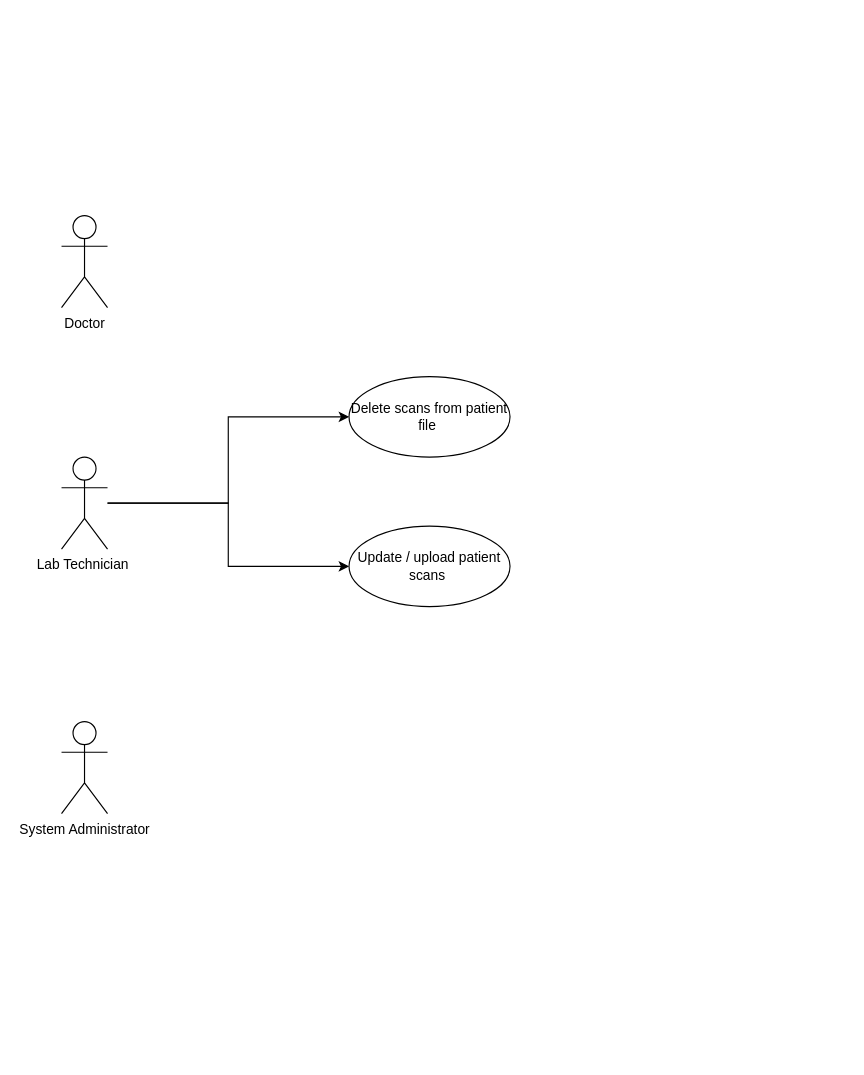
Above: ArchitectureTaskDiagram/usecase-1.drawio in bsuman/jobrelatred (draw.io), before the change. Source tidied: cells renumbered, new cells numbered last; positions are measured from the earlier drawing's top-left corner, leaving out a move shared by most shapes. Both pictures are drawn from the tidied source at 115%, with x=0, y=0 at pixel (61, 215).
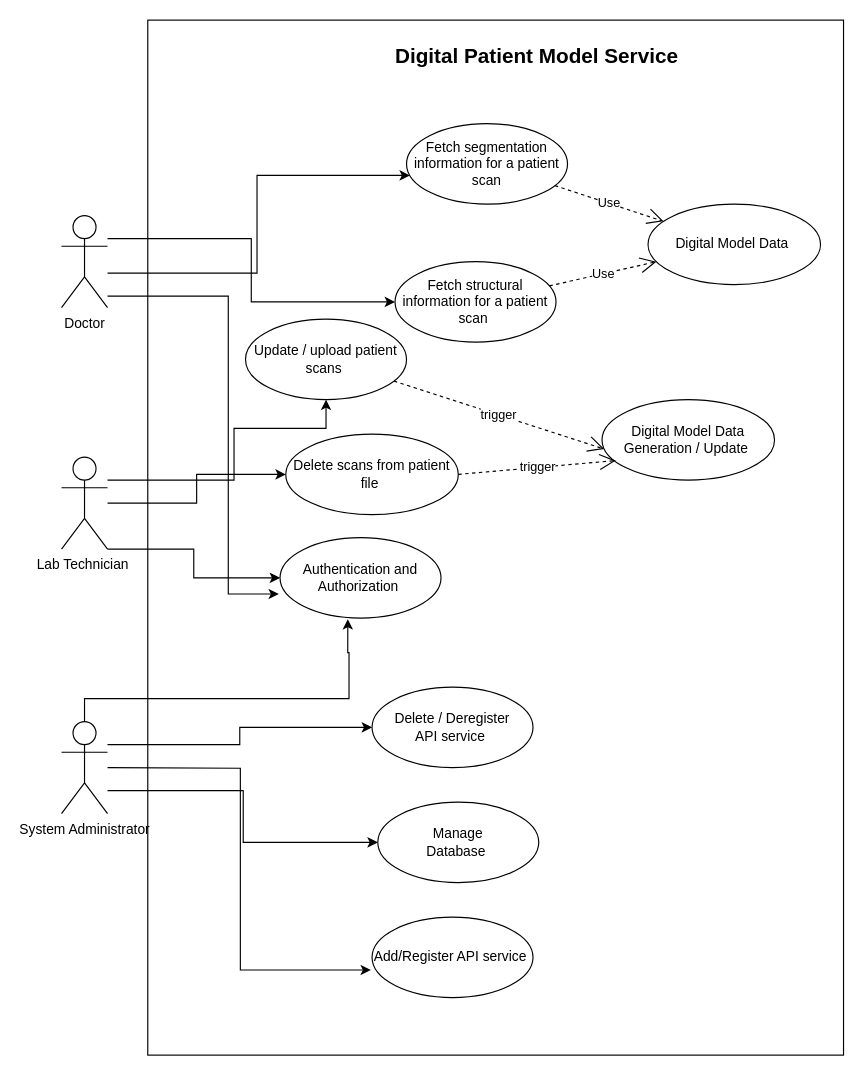
The same diagram, later.

Unchanged cells that the change refers to:
```xml
<mxCell id="2" value="Doctor" style="shape=umlActor;verticalLabelPosition=bottom;verticalAlign=top;html=1;" parent="1" vertex="1">
  <mxGeometry width="40" height="80" as="geometry" />
</mxCell>
<mxCell id="5" value="Lab Technician&amp;nbsp;" style="shape=umlActor;verticalLabelPosition=bottom;verticalAlign=top;html=1;" parent="1" vertex="1">
  <mxGeometry y="210" width="40" height="80" as="geometry" />
</mxCell>
<mxCell id="6" value="System Administrator" style="shape=umlActor;verticalLabelPosition=bottom;verticalAlign=top;html=1;" parent="1" vertex="1">
  <mxGeometry y="440" width="40" height="80" as="geometry" />
</mxCell>
```

Diff of the diagram source:
```diff
@@
+    <mxCell id="9" style="rounded=0;whiteSpace=wrap;html=1;" parent="1" vertex="1">
+      <mxGeometry x="75" y="-170" width="605" height="900" as="geometry" />
+    </mxCell>
+    <mxCell id="10" style="edgeStyle=orthogonalEdgeStyle;rounded=0;jettySize=auto;html=1;" parent="1" edge="1" source="2" target="19">
+      <mxGeometry relative="1" as="geometry">
+        <Array as="points">
+          <mxPoint x="170" y="50" />
+          <mxPoint x="170" y="-35" />
+        </Array>
+      </mxGeometry>
+    </mxCell>
+    <mxCell id="11" style="edgeStyle=orthogonalEdgeStyle;rounded=0;jettySize=auto;html=1;entryX=0;entryY=0.5;entryDx=0;entryDy=0;" parent="1" edge="1" source="2" target="18">
+      <mxGeometry relative="1" as="geometry">
+        <Array as="points">
+          <mxPoint x="165" y="20" />
+          <mxPoint x="165" y="75" />
+        </Array>
+      </mxGeometry>
+    </mxCell>
+    <mxCell id="12" style="edgeStyle=orthogonalEdgeStyle;rounded=0;jettySize=auto;html=1;entryX=-0.007;entryY=0.7;entryDx=0;entryDy=0;entryPerimeter=0;" parent="1" edge="1" source="2" target="23">
+      <mxGeometry relative="1" as="geometry">
+        <Array as="points">
+          <mxPoint x="145" y="70" />
+          <mxPoint x="145" y="329" />
+        </Array>
+      </mxGeometry>
+    </mxCell>
@@
     <mxCell id="4" style="edgeStyle=orthogonalEdgeStyle;rounded=0;jettySize=auto;html=1;" parent="1" edge="1" source="5" target="7">
-      <mxGeometry relative="1" as="geometry" />
+      <mxGeometry relative="1" as="geometry">
+        <Array as="points">
+          <mxPoint x="150" y="230" />
+          <mxPoint x="150" y="185" />
+        </Array>
+      </mxGeometry>
     </mxCell>
+    <mxCell id="13" style="edgeStyle=orthogonalEdgeStyle;rounded=0;jettySize=auto;html=1;" parent="1" edge="1" source="5" target="23">
+      <mxGeometry relative="1" as="geometry">
+        <Array as="points">
+          <mxPoint x="115" y="290" />
+          <mxPoint x="115" y="315" />
+        </Array>
+      </mxGeometry>
+    </mxCell>
@@
+    <mxCell id="14" style="edgeStyle=orthogonalEdgeStyle;rounded=0;jettySize=auto;html=1;entryX=-0.007;entryY=0.657;entryDx=0;entryDy=0;entryPerimeter=0;" parent="1" edge="1" target="20">
+      <mxGeometry relative="1" as="geometry">
+        <mxPoint x="40" y="480" as="sourcePoint" />
+      </mxGeometry>
+    </mxCell>
+    <mxCell id="15" style="edgeStyle=orthogonalEdgeStyle;rounded=0;jettySize=auto;html=1;" parent="1" edge="1" source="6" target="22">
+      <mxGeometry relative="1" as="geometry">
+        <Array as="points">
+          <mxPoint x="155" y="460" />
+          <mxPoint x="155" y="445" />
+        </Array>
+      </mxGeometry>
+    </mxCell>
+    <mxCell id="16" style="edgeStyle=orthogonalEdgeStyle;rounded=0;jettySize=auto;html=1;entryX=0;entryY=0.5;entryDx=0;entryDy=0;" parent="1" edge="1" source="6" target="21">
+      <mxGeometry relative="1" as="geometry">
+        <Array as="points">
+          <mxPoint x="158" y="500" />
+          <mxPoint x="158" y="545" />
+        </Array>
+      </mxGeometry>
+    </mxCell>
+    <mxCell id="17" style="edgeStyle=orthogonalEdgeStyle;rounded=0;jettySize=auto;html=1;entryX=0.421;entryY=1.014;entryDx=0;entryDy=0;entryPerimeter=0;" parent="1" edge="1" source="6" target="23">
+      <mxGeometry relative="1" as="geometry">
+        <Array as="points">
+          <mxPoint x="20" y="420" />
+          <mxPoint x="250" y="420" />
+          <mxPoint x="250" y="380" />
+          <mxPoint x="249" y="380" />
+        </Array>
+      </mxGeometry>
+    </mxCell>
@@
     <mxCell id="7" value="Update / upload patient scans&amp;nbsp;" style="ellipse;whiteSpace=wrap;html=1;" parent="1" vertex="1">
-      <mxGeometry x="250" y="270" width="140" height="70" as="geometry" />
+      <mxGeometry x="160" y="90" width="140" height="70" as="geometry" />
     </mxCell>
     <mxCell id="8" value="Delete scans from patient file&amp;nbsp;" style="ellipse;whiteSpace=wrap;html=1;" parent="1" vertex="1">
-      <mxGeometry x="250" y="140" width="140" height="70" as="geometry" />
+      <mxGeometry x="195" y="190" width="150" height="70" as="geometry" />
     </mxCell>
+    <mxCell id="18" value="Fetch structural information for a patient scan&amp;nbsp;" style="ellipse;whiteSpace=wrap;html=1;" parent="1" vertex="1">
+      <mxGeometry x="290" y="40" width="140" height="70" as="geometry" />
+    </mxCell>
+    <mxCell id="19" value="Fetch segmentation information for a patient scan" style="ellipse;whiteSpace=wrap;html=1;" parent="1" vertex="1">
+      <mxGeometry x="300" y="-80" width="140" height="70" as="geometry" />
+    </mxCell>
+    <mxCell id="20" value="Add/Register API service&amp;nbsp;" style="ellipse;whiteSpace=wrap;html=1;" parent="1" vertex="1">
+      <mxGeometry x="270" y="610" width="140" height="70" as="geometry" />
+    </mxCell>
+    <mxCell id="21" value="Manage &lt;br&gt;Database&amp;nbsp;" style="ellipse;whiteSpace=wrap;html=1;" parent="1" vertex="1">
+      <mxGeometry x="275" y="510" width="140" height="70" as="geometry" />
+    </mxCell>
+    <mxCell id="22" value="Delete / Deregister &lt;br&gt;API service&amp;nbsp;" style="ellipse;whiteSpace=wrap;html=1;" parent="1" vertex="1">
+      <mxGeometry x="270" y="410" width="140" height="70" as="geometry" />
+    </mxCell>
+    <mxCell id="23" value="Authentication and Authorization&amp;nbsp;" style="ellipse;whiteSpace=wrap;html=1;" parent="1" vertex="1">
+      <mxGeometry x="190" y="280" width="140" height="70" as="geometry" />
+    </mxCell>
+    <mxCell id="24" value="Digital Model Data&amp;nbsp;" style="ellipse;whiteSpace=wrap;html=1;" parent="1" vertex="1">
+      <mxGeometry x="510" y="-10" width="150" height="70" as="geometry" />
+    </mxCell>
+    <mxCell id="25" value="Use" style="endArrow=open;endSize=12;dashed=1;html=1;rounded=0;" parent="1" edge="1" source="19" target="24">
+      <mxGeometry relative="1" as="geometry" />
+    </mxCell>
+    <mxCell id="26" value="Use" style="endArrow=open;endSize=12;dashed=1;html=1;rounded=0;" parent="1" edge="1" source="18" target="24">
+      <mxGeometry relative="1" as="geometry" />
+    </mxCell>
+    <mxCell id="27" value="trigger" style="endArrow=open;endSize=12;dashed=1;html=1;rounded=0;entryX=0.013;entryY=0.614;entryDx=0;entryDy=0;entryPerimeter=0;" parent="1" edge="1" source="7" target="28">
+      <mxGeometry relative="1" as="geometry" />
+    </mxCell>
+    <mxCell id="28" value="Digital Model Data&lt;br&gt;Generation / Update&amp;nbsp;" style="ellipse;whiteSpace=wrap;html=1;" parent="1" vertex="1">
+      <mxGeometry x="470" y="160" width="150" height="70" as="geometry" />
+    </mxCell>
+    <mxCell id="29" value="trigger" style="endArrow=open;endSize=12;dashed=1;html=1;rounded=0;entryX=0.013;entryY=0.614;entryDx=0;entryDy=0;entryPerimeter=0;exitX=1;exitY=0.5;exitDx=0;exitDy=0;" parent="1" edge="1" source="8">
+      <mxGeometry relative="1" as="geometry">
+        <mxPoint x="482" y="213" as="targetPoint" />
+      </mxGeometry>
+    </mxCell>
+    <mxCell id="30" value="&lt;font style=&quot;font-size: 18px;&quot;&gt;Digital Patient Model Service&lt;/font&gt;" style="text;strokeColor=none;fillColor=none;html=1;fontSize=24;fontStyle=1;verticalAlign=middle;align=center;" parent="1" vertex="1">
+      <mxGeometry x="245" y="-160" width="335" height="40" as="geometry" />
+    </mxCell>
```
